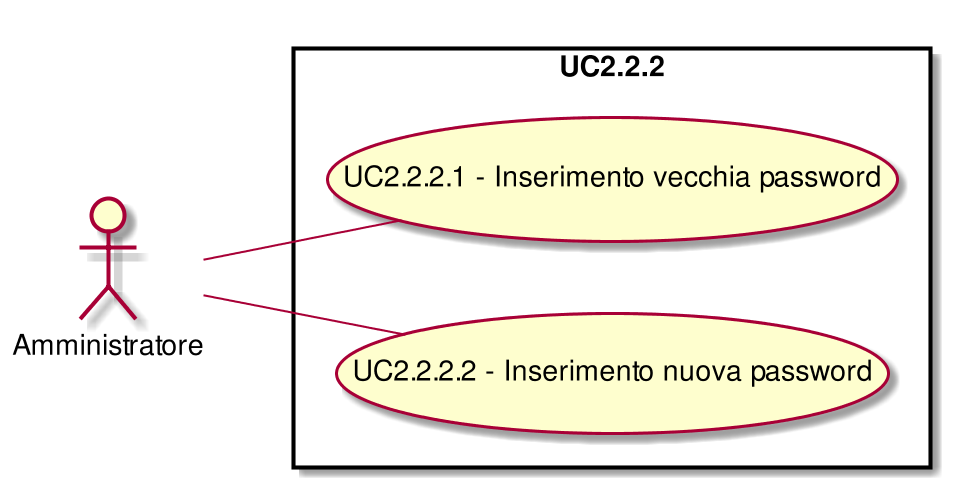
Earlier version of the PlantUML export RR/Esterni/AnalisiDeiRequisiti/images/UseCaseUC222.png (CoCodeSWE/Docs).
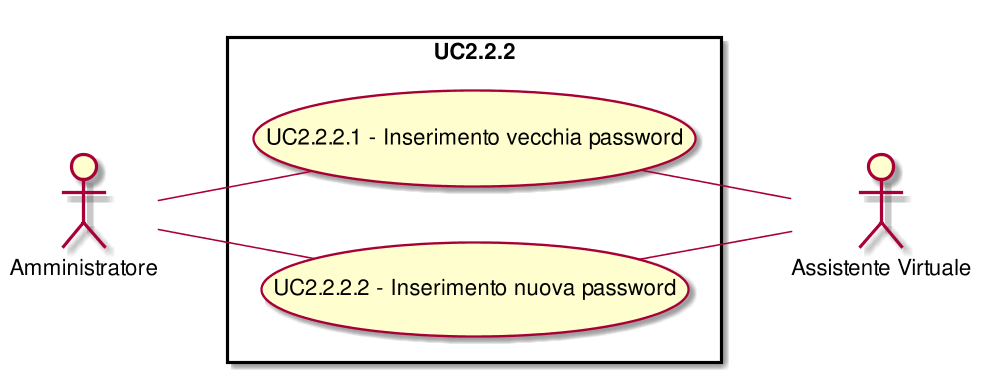
Later version of the same file.

Change to the diagram source:
```diff
@@ -3,10 +3,15 @@
 left to right direction
 skinparam packageStyle rect
 :Amministratore:
+:Assistente Virtuale:
 rectangle UC2.2.2{
 ( UC2.2.2.1 - Inserimento vecchia password ) as (UC2.2.2.1)
 :Amministratore:--(UC2.2.2.1)
+( UC2.2.2.1 - Inserimento vecchia password ) as (UC2.2.2.1)
+(UC2.2.2.1)--:Assistente Virtuale:
 ( UC2.2.2.2 - Inserimento nuova password ) as (UC2.2.2.2)
 :Amministratore:--(UC2.2.2.2)
+( UC2.2.2.2 - Inserimento nuova password ) as (UC2.2.2.2)
+(UC2.2.2.2)--:Assistente Virtuale:
 }
 @enduml
```
